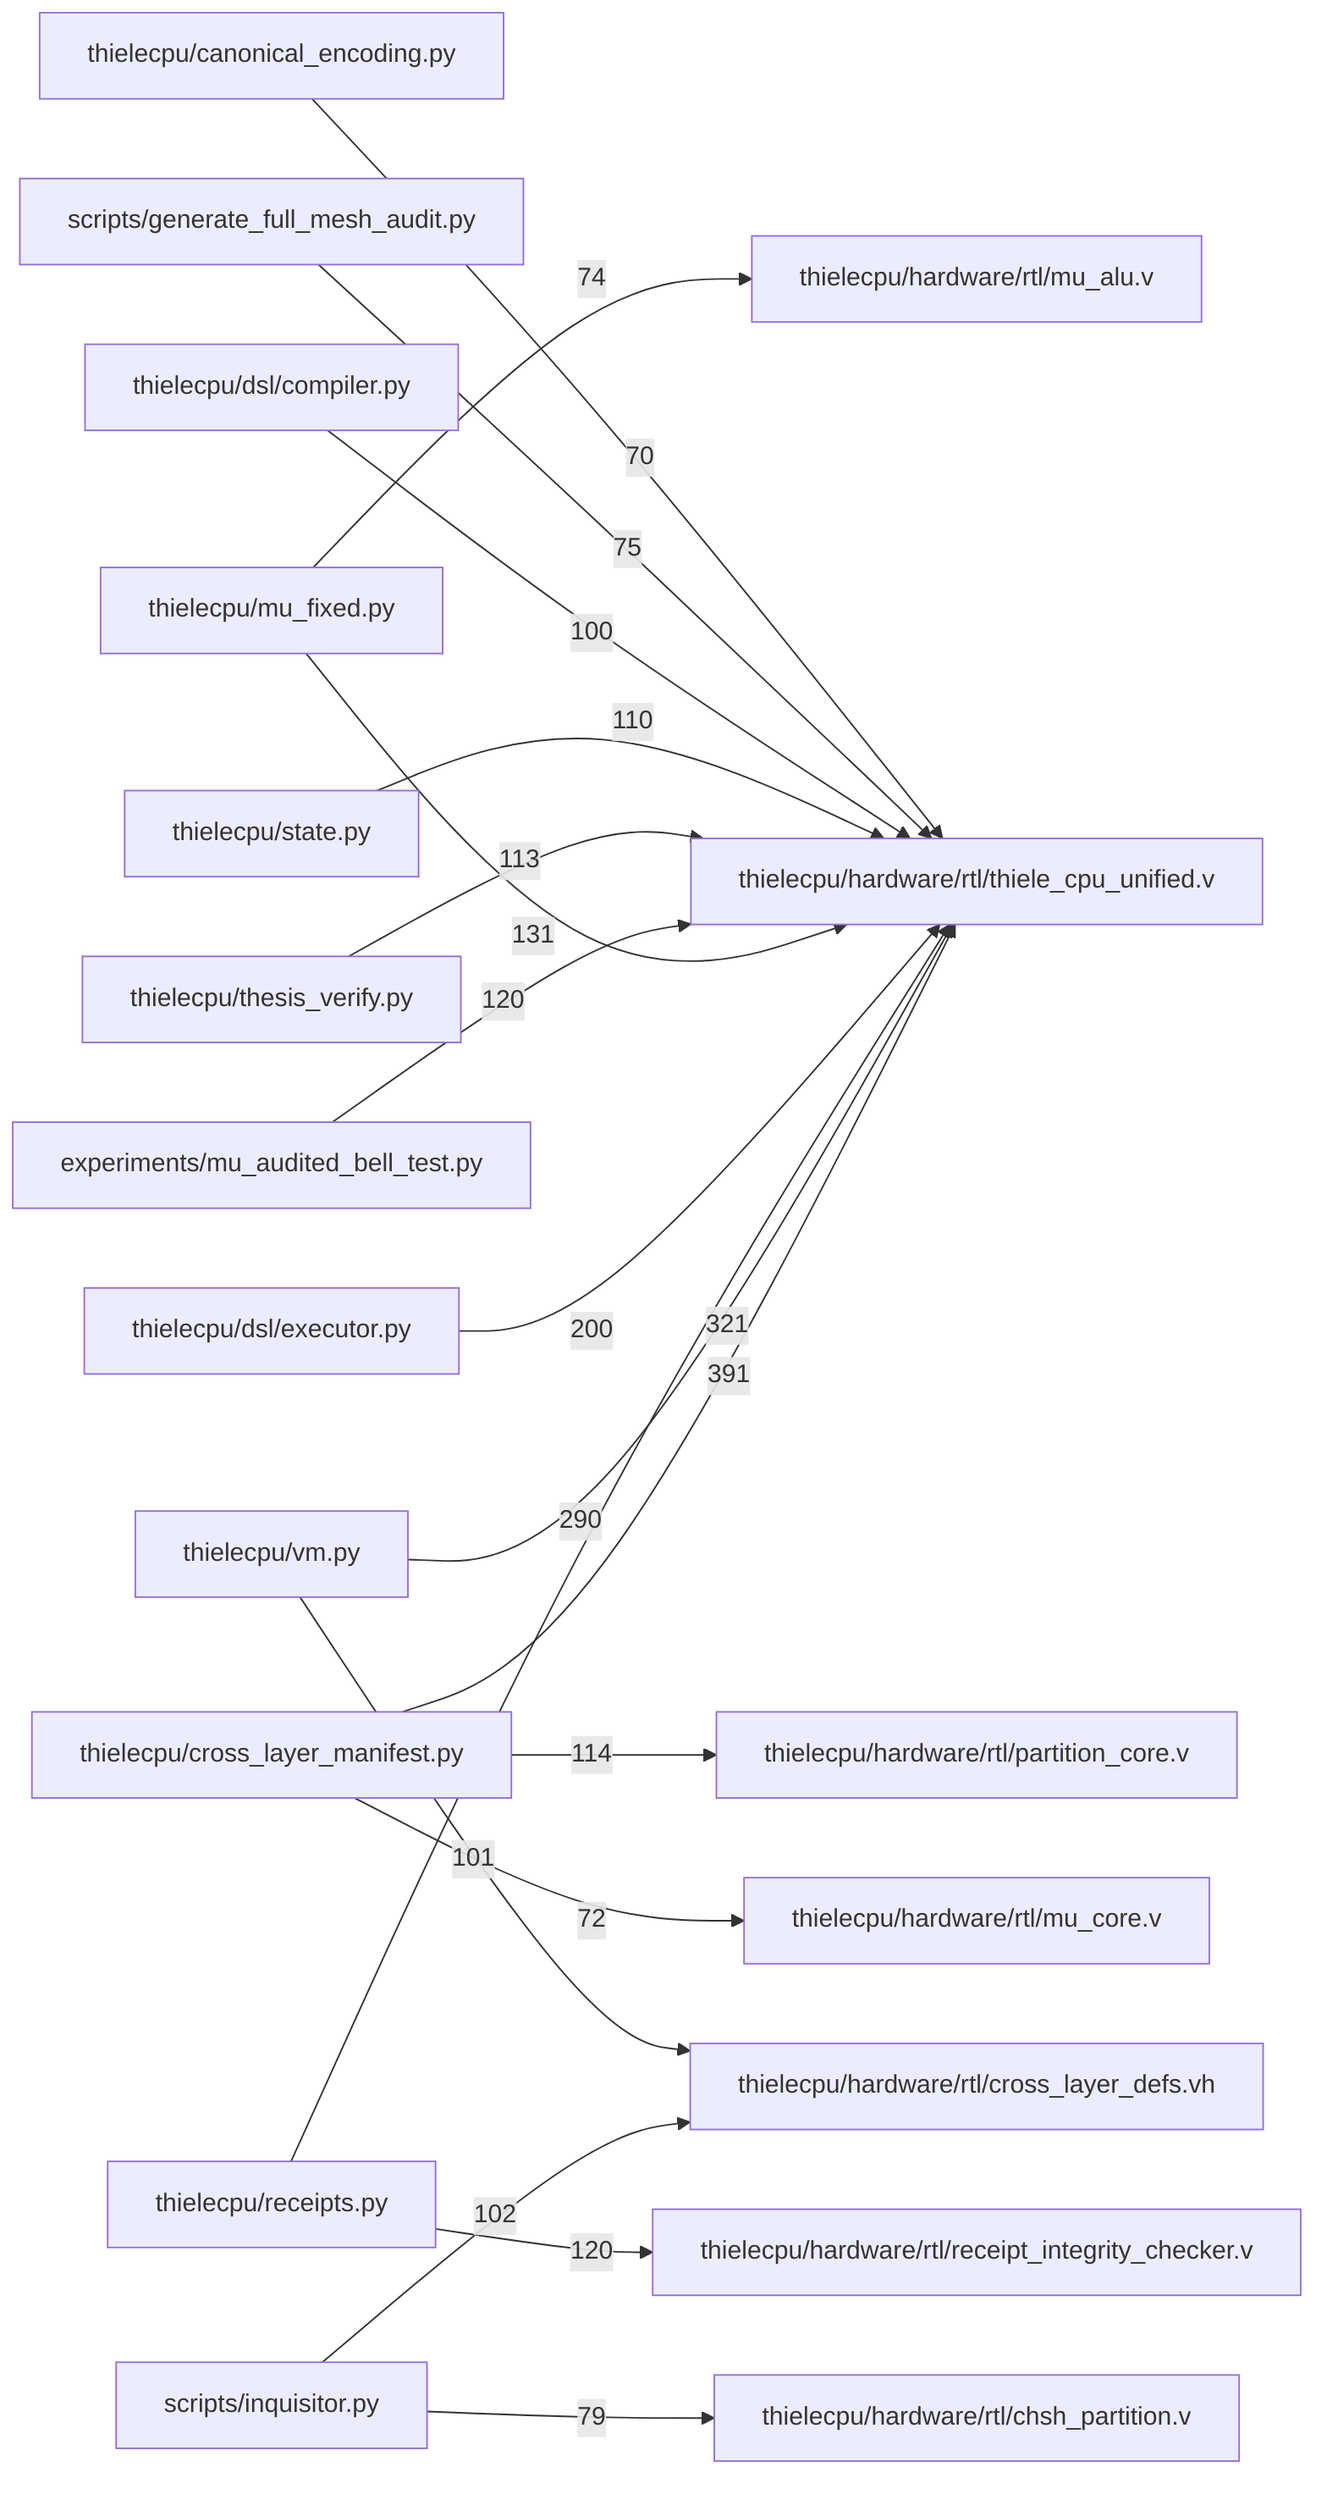
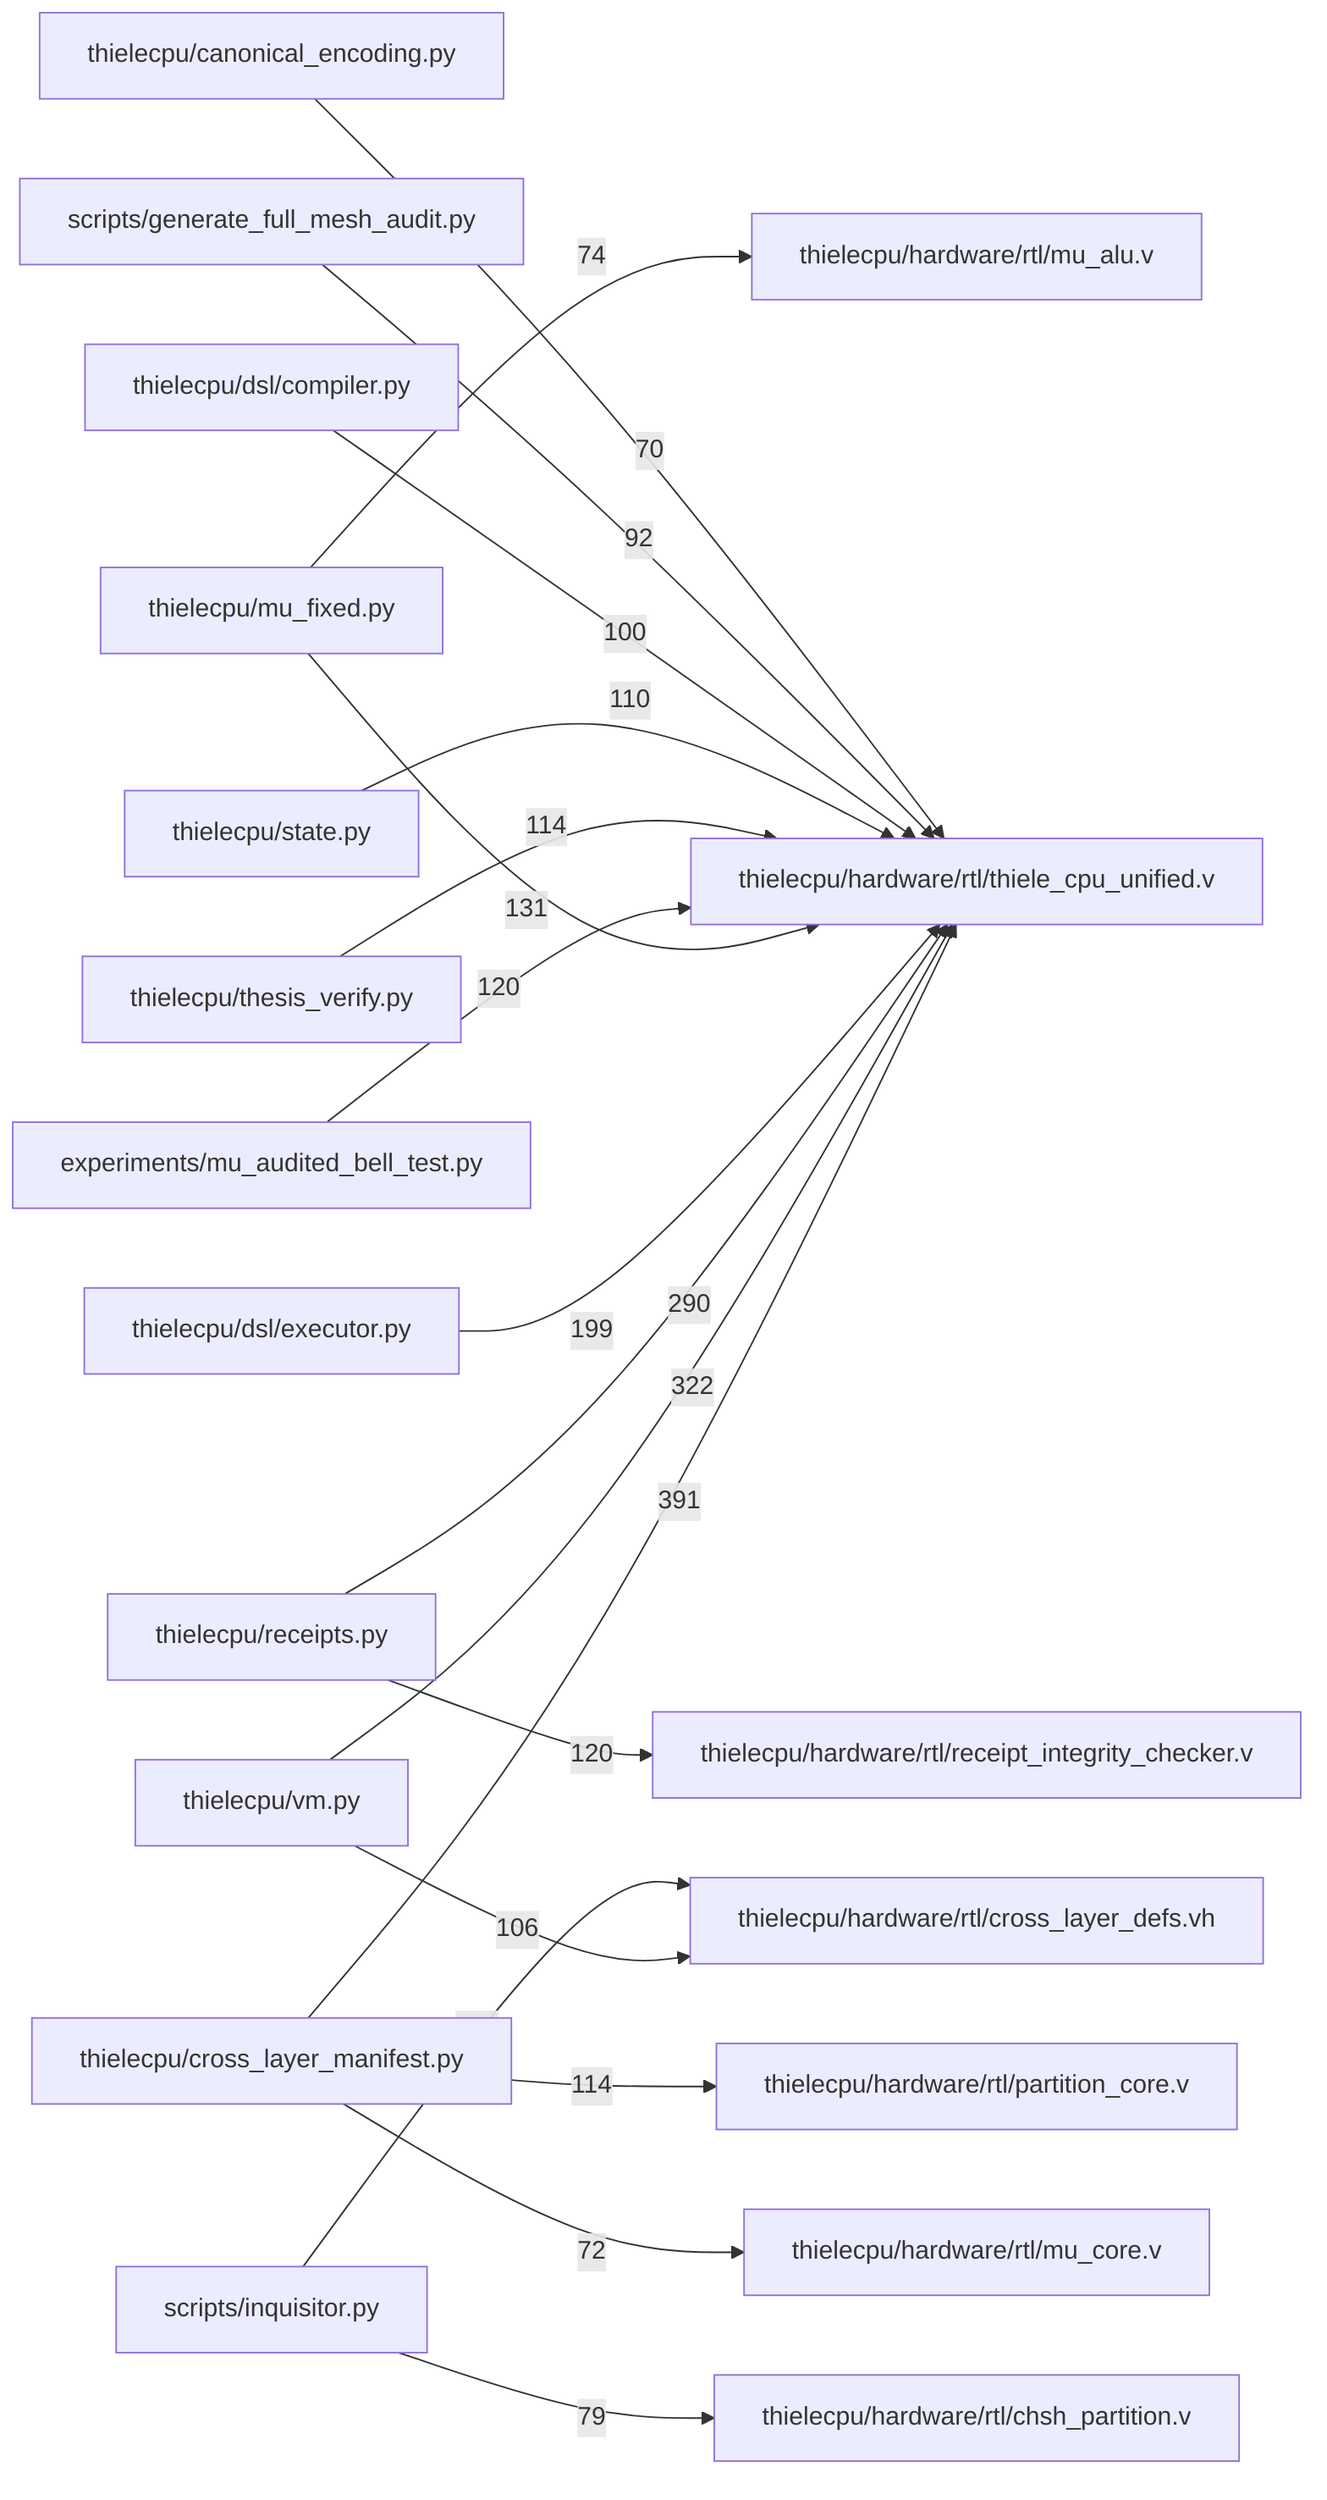
flowchart LR
  X1["thielecpu/cross_layer_manifest.py"]
  X2["thielecpu/hardware/rtl/thiele_cpu_unified.v"]
  X1 -->|391| X2
  X3["thielecpu/vm.py"]
  X2["thielecpu/hardware/rtl/thiele_cpu_unified.v"]
-   X3 -->|321| X2
+   X3 -->|322| X2
  X4["thielecpu/receipts.py"]
  X2["thielecpu/hardware/rtl/thiele_cpu_unified.v"]
  X4 -->|290| X2
  X5["thielecpu/dsl/executor.py"]
  X2["thielecpu/hardware/rtl/thiele_cpu_unified.v"]
-   X5 -->|200| X2
+   X5 -->|199| X2
  X6["thielecpu/mu_fixed.py"]
  X2["thielecpu/hardware/rtl/thiele_cpu_unified.v"]
  X6 -->|131| X2
  X7["experiments/mu_audited_bell_test.py"]
  X2["thielecpu/hardware/rtl/thiele_cpu_unified.v"]
  X7 -->|120| X2
  X4["thielecpu/receipts.py"]
  X8["thielecpu/hardware/rtl/receipt_integrity_checker.v"]
  X4 -->|120| X8
  X1["thielecpu/cross_layer_manifest.py"]
  X9["thielecpu/hardware/rtl/partition_core.v"]
  X1 -->|114| X9
  X10["thielecpu/thesis_verify.py"]
  X2["thielecpu/hardware/rtl/thiele_cpu_unified.v"]
-   X10 -->|113| X2
+   X10 -->|114| X2
  X11["thielecpu/state.py"]
  X2["thielecpu/hardware/rtl/thiele_cpu_unified.v"]
  X11 -->|110| X2
-   X12["scripts/inquisitor.py"]
-   X13["thielecpu/hardware/rtl/cross_layer_defs.vh"]
-   X12 -->|102| X13
  X3["thielecpu/vm.py"]
-   X13["thielecpu/hardware/rtl/cross_layer_defs.vh"]
-   X3 -->|101| X13
+   X12["thielecpu/hardware/rtl/cross_layer_defs.vh"]
+   X3 -->|106| X12
+   X13["scripts/inquisitor.py"]
+   X12["thielecpu/hardware/rtl/cross_layer_defs.vh"]
+   X13 -->|102| X12
  X14["thielecpu/dsl/compiler.py"]
  X2["thielecpu/hardware/rtl/thiele_cpu_unified.v"]
  X14 -->|100| X2
-   X12["scripts/inquisitor.py"]
-   X15["thielecpu/hardware/rtl/chsh_partition.v"]
-   X12 -->|79| X15
-   X16["scripts/generate_full_mesh_audit.py"]
+   X15["scripts/generate_full_mesh_audit.py"]
  X2["thielecpu/hardware/rtl/thiele_cpu_unified.v"]
-   X16 -->|75| X2
+   X15 -->|92| X2
+   X13["scripts/inquisitor.py"]
+   X16["thielecpu/hardware/rtl/chsh_partition.v"]
+   X13 -->|79| X16
  X6["thielecpu/mu_fixed.py"]
  X17["thielecpu/hardware/rtl/mu_alu.v"]
  X6 -->|74| X17
  X1["thielecpu/cross_layer_manifest.py"]
  X18["thielecpu/hardware/rtl/mu_core.v"]
  X1 -->|72| X18
  X19["thielecpu/canonical_encoding.py"]
  X2["thielecpu/hardware/rtl/thiele_cpu_unified.v"]
  X19 -->|70| X2
